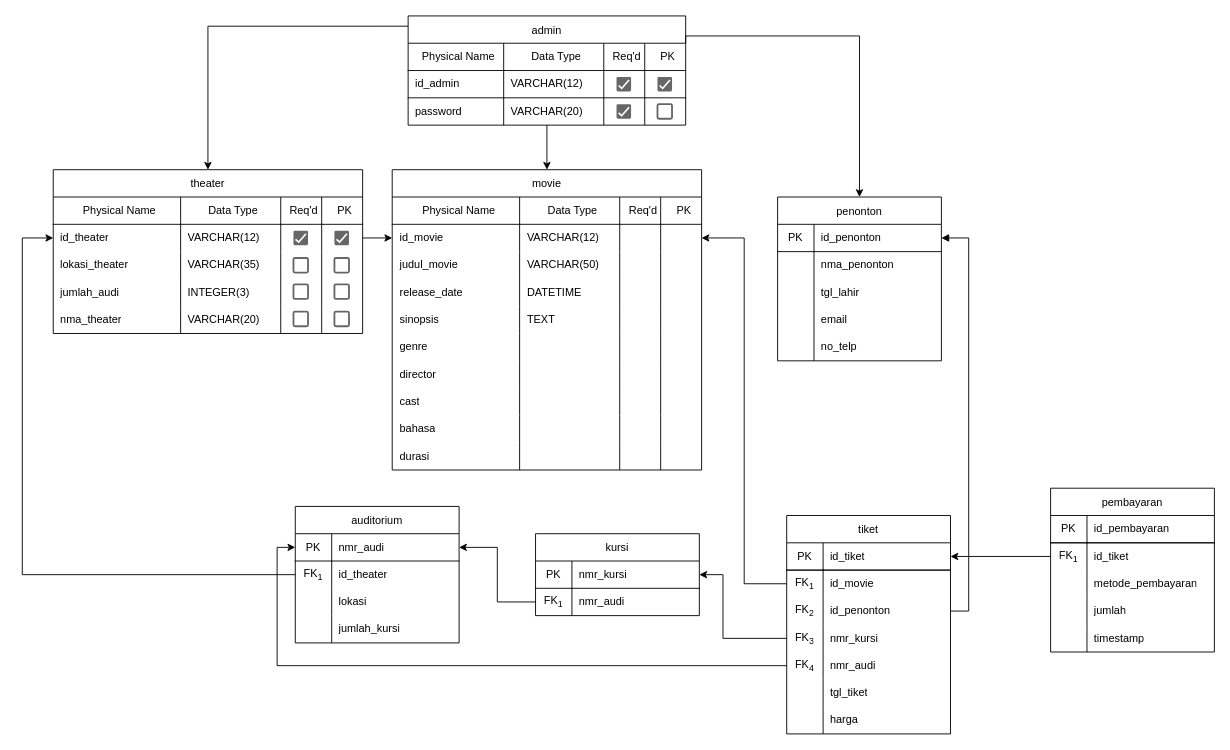
vinnnna/sistem-basis-data keeps this draw.io diagram as movie_pdm.drawio. Above is the earlier version. Source tidied: cells renumbered, new cells numbered last; positions are measured from the earlier drawing's top-left corner, leaving out a move shared by most shapes. Both pictures are drawn from the tidied source at 91%, with x=0, y=0 at pixel (22, 15).
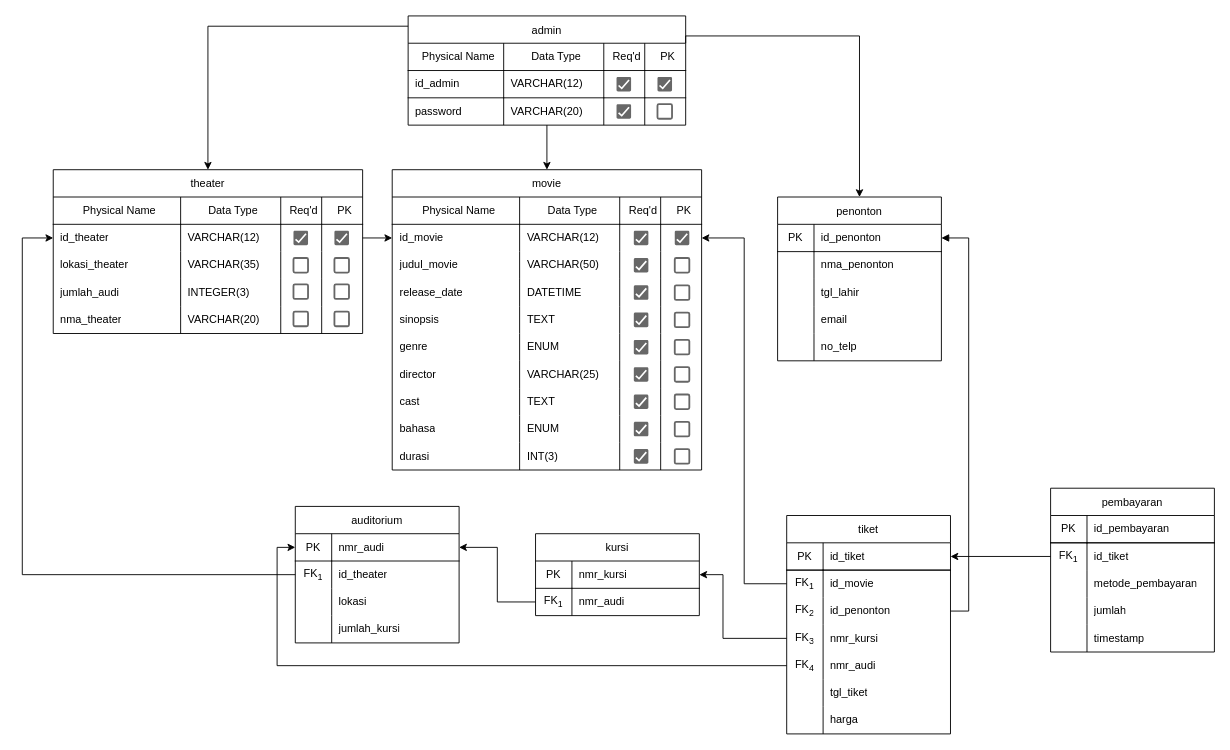
After the change.

Unchanged cells that the change refers to:
```xml
<mxCell id="54" style="shape=tableRow;horizontal=0;startSize=0;swimlaneHead=0;swimlaneBody=0;top=0;left=0;bottom=0;right=0;fillColor=none;strokeColor=inherit;fontSize=12;" parent="28" vertex="1">
  <mxGeometry y="180" width="340" height="30" as="geometry" />
</mxCell>
<mxCell id="59" style="shape=tableRow;horizontal=0;startSize=0;swimlaneHead=0;swimlaneBody=0;top=0;left=0;bottom=0;right=0;fillColor=none;strokeColor=inherit;fontSize=12;" parent="28" vertex="1">
  <mxGeometry y="210" width="340" height="30" as="geometry" />
</mxCell>
<mxCell id="64" style="shape=tableRow;horizontal=0;startSize=0;swimlaneHead=0;swimlaneBody=0;top=0;left=0;bottom=0;right=0;fillColor=none;strokeColor=inherit;fontSize=12;" parent="28" vertex="1">
  <mxGeometry y="240" width="340" height="30" as="geometry" />
</mxCell>
<mxCell id="69" style="shape=tableRow;horizontal=0;startSize=0;swimlaneHead=0;swimlaneBody=0;top=0;left=0;bottom=0;right=0;fillColor=none;strokeColor=inherit;fontSize=12;" parent="28" vertex="1">
  <mxGeometry y="270" width="340" height="30" as="geometry" />
</mxCell>
<mxCell id="74" style="shape=tableRow;horizontal=0;startSize=0;swimlaneHead=0;swimlaneBody=0;top=0;left=0;bottom=0;right=0;fillColor=none;strokeColor=inherit;fontSize=12;" parent="28" vertex="1">
  <mxGeometry y="300" width="340" height="30" as="geometry" />
</mxCell>
```

Diff of the diagram source:
```diff
@@
-    <mxCell id="56" style="shape=partialRectangle;html=1;whiteSpace=wrap;fillColor=none;top=0;left=0;bottom=0;right=0;align=left;spacingLeft=6;overflow=hidden;strokeColor=inherit;fontSize=12;" parent="54" vertex="1">
+    <mxCell id="56" value="ENUM" style="shape=partialRectangle;html=1;whiteSpace=wrap;fillColor=none;top=0;left=0;bottom=0;right=0;align=left;spacingLeft=6;overflow=hidden;strokeColor=inherit;fontSize=12;" parent="54" vertex="1">
       <mxGeometry x="140" width="110" height="30" as="geometry" />
     </mxCell>
@@
-    <mxCell id="61" style="shape=partialRectangle;html=1;whiteSpace=wrap;fillColor=none;top=0;left=0;bottom=0;right=0;align=left;spacingLeft=6;overflow=hidden;strokeColor=inherit;fontSize=12;" parent="59" vertex="1">
+    <mxCell id="61" value="VARCHAR(25)" style="shape=partialRectangle;html=1;whiteSpace=wrap;fillColor=none;top=0;left=0;bottom=0;right=0;align=left;spacingLeft=6;overflow=hidden;strokeColor=inherit;fontSize=12;" parent="59" vertex="1">
       <mxGeometry x="140" width="110" height="30" as="geometry" />
     </mxCell>
@@
-    <mxCell id="66" style="shape=partialRectangle;html=1;whiteSpace=wrap;fillColor=none;top=0;left=0;bottom=0;right=0;align=left;spacingLeft=6;overflow=hidden;strokeColor=inherit;fontSize=12;" parent="64" vertex="1">
+    <mxCell id="66" value="TEXT" style="shape=partialRectangle;html=1;whiteSpace=wrap;fillColor=none;top=0;left=0;bottom=0;right=0;align=left;spacingLeft=6;overflow=hidden;strokeColor=inherit;fontSize=12;" parent="64" vertex="1">
       <mxGeometry x="140" width="110" height="30" as="geometry" />
     </mxCell>
@@
-    <mxCell id="71" style="shape=partialRectangle;html=1;whiteSpace=wrap;fillColor=none;top=0;left=0;bottom=0;right=0;align=left;spacingLeft=6;overflow=hidden;strokeColor=inherit;fontSize=12;" parent="69" vertex="1">
+    <mxCell id="71" value="ENUM" style="shape=partialRectangle;html=1;whiteSpace=wrap;fillColor=none;top=0;left=0;bottom=0;right=0;align=left;spacingLeft=6;overflow=hidden;strokeColor=inherit;fontSize=12;" parent="69" vertex="1">
       <mxGeometry x="140" width="110" height="30" as="geometry" />
     </mxCell>
@@
-    <mxCell id="76" style="shape=partialRectangle;html=1;whiteSpace=wrap;fillColor=none;top=0;left=0;bottom=0;right=0;align=left;spacingLeft=6;overflow=hidden;strokeColor=inherit;fontSize=12;" parent="74" vertex="1">
+    <mxCell id="76" value="INT(3)" style="shape=partialRectangle;html=1;whiteSpace=wrap;fillColor=none;top=0;left=0;bottom=0;right=0;align=left;spacingLeft=6;overflow=hidden;strokeColor=inherit;fontSize=12;" parent="74" vertex="1">
       <mxGeometry x="140" width="110" height="30" as="geometry" />
     </mxCell>
@@
+    <mxCell id="192" style="dashed=0;labelPosition=right;align=left;shape=mxgraph.gmdl.checkbox;strokeColor=none;fillColor=#676767;strokeWidth=2;sketch=0;html=1;" parent="1" vertex="1">
+      <mxGeometry x="672" y="236" width="16" height="16" as="geometry" />
+    </mxCell>
+    <mxCell id="193" style="dashed=0;labelPosition=right;align=left;shape=mxgraph.gmdl.checkbox;strokeColor=none;fillColor=#676767;strokeWidth=2;sketch=0;html=1;" parent="1" vertex="1">
+      <mxGeometry x="717" y="236" width="16" height="16" as="geometry" />
+    </mxCell>
+    <mxCell id="194" style="dashed=0;labelPosition=right;align=left;shape=mxgraph.gmdl.checkbox;strokeColor=#666666;fillColor=none;strokeWidth=2;sketch=0;html=1;" parent="1" vertex="1">
+      <mxGeometry x="717" y="266" width="16" height="16" as="geometry" />
+    </mxCell>
+    <mxCell id="195" style="dashed=0;labelPosition=right;align=left;shape=mxgraph.gmdl.checkbox;strokeColor=#666666;fillColor=none;strokeWidth=2;sketch=0;html=1;" parent="1" vertex="1">
+      <mxGeometry x="717" y="296" width="16" height="16" as="geometry" />
+    </mxCell>
+    <mxCell id="196" style="dashed=0;labelPosition=right;align=left;shape=mxgraph.gmdl.checkbox;strokeColor=#666666;fillColor=none;strokeWidth=2;sketch=0;html=1;" parent="1" vertex="1">
+      <mxGeometry x="717" y="326" width="16" height="16" as="geometry" />
+    </mxCell>
+    <mxCell id="197" style="dashed=0;labelPosition=right;align=left;shape=mxgraph.gmdl.checkbox;strokeColor=none;fillColor=#676767;strokeWidth=2;sketch=0;html=1;" parent="1" vertex="1">
+      <mxGeometry x="672" y="266" width="16" height="16" as="geometry" />
+    </mxCell>
+    <mxCell id="198" style="dashed=0;labelPosition=right;align=left;shape=mxgraph.gmdl.checkbox;strokeColor=none;fillColor=#676767;strokeWidth=2;sketch=0;html=1;" parent="1" vertex="1">
+      <mxGeometry x="672" y="296" width="16" height="16" as="geometry" />
+    </mxCell>
+    <mxCell id="199" style="dashed=0;labelPosition=right;align=left;shape=mxgraph.gmdl.checkbox;strokeColor=none;fillColor=#676767;strokeWidth=2;sketch=0;html=1;" parent="1" vertex="1">
+      <mxGeometry x="672" y="326" width="16" height="16" as="geometry" />
+    </mxCell>
+    <mxCell id="200" style="dashed=0;labelPosition=right;align=left;shape=mxgraph.gmdl.checkbox;strokeColor=none;fillColor=#676767;strokeWidth=2;sketch=0;html=1;" parent="1" vertex="1">
+      <mxGeometry x="672" y="356" width="16" height="16" as="geometry" />
+    </mxCell>
+    <mxCell id="201" style="dashed=0;labelPosition=right;align=left;shape=mxgraph.gmdl.checkbox;strokeColor=none;fillColor=#676767;strokeWidth=2;sketch=0;html=1;" parent="1" vertex="1">
+      <mxGeometry x="672" y="386" width="16" height="16" as="geometry" />
+    </mxCell>
+    <mxCell id="202" style="dashed=0;labelPosition=right;align=left;shape=mxgraph.gmdl.checkbox;strokeColor=none;fillColor=#676767;strokeWidth=2;sketch=0;html=1;" parent="1" vertex="1">
+      <mxGeometry x="672" y="416" width="16" height="16" as="geometry" />
+    </mxCell>
+    <mxCell id="203" style="dashed=0;labelPosition=right;align=left;shape=mxgraph.gmdl.checkbox;strokeColor=none;fillColor=#676767;strokeWidth=2;sketch=0;html=1;" parent="1" vertex="1">
+      <mxGeometry x="672" y="446" width="16" height="16" as="geometry" />
+    </mxCell>
+    <mxCell id="204" style="dashed=0;labelPosition=right;align=left;shape=mxgraph.gmdl.checkbox;strokeColor=none;fillColor=#676767;strokeWidth=2;sketch=0;html=1;" parent="1" vertex="1">
+      <mxGeometry x="672" y="476" width="16" height="16" as="geometry" />
+    </mxCell>
+    <mxCell id="205" style="dashed=0;labelPosition=right;align=left;shape=mxgraph.gmdl.checkbox;strokeColor=#666666;fillColor=none;strokeWidth=2;sketch=0;html=1;" parent="1" vertex="1">
+      <mxGeometry x="717" y="356" width="16" height="16" as="geometry" />
+    </mxCell>
+    <mxCell id="206" style="dashed=0;labelPosition=right;align=left;shape=mxgraph.gmdl.checkbox;strokeColor=#666666;fillColor=none;strokeWidth=2;sketch=0;html=1;" parent="1" vertex="1">
+      <mxGeometry x="717" y="386" width="16" height="16" as="geometry" />
+    </mxCell>
+    <mxCell id="207" style="dashed=0;labelPosition=right;align=left;shape=mxgraph.gmdl.checkbox;strokeColor=#666666;fillColor=none;strokeWidth=2;sketch=0;html=1;" parent="1" vertex="1">
+      <mxGeometry x="717" y="416" width="16" height="16" as="geometry" />
+    </mxCell>
+    <mxCell id="208" style="dashed=0;labelPosition=right;align=left;shape=mxgraph.gmdl.checkbox;strokeColor=#666666;fillColor=none;strokeWidth=2;sketch=0;html=1;" parent="1" vertex="1">
+      <mxGeometry x="717" y="446" width="16" height="16" as="geometry" />
+    </mxCell>
+    <mxCell id="209" style="dashed=0;labelPosition=right;align=left;shape=mxgraph.gmdl.checkbox;strokeColor=#666666;fillColor=none;strokeWidth=2;sketch=0;html=1;" parent="1" vertex="1">
+      <mxGeometry x="717" y="476" width="16" height="16" as="geometry" />
+    </mxCell>
```
